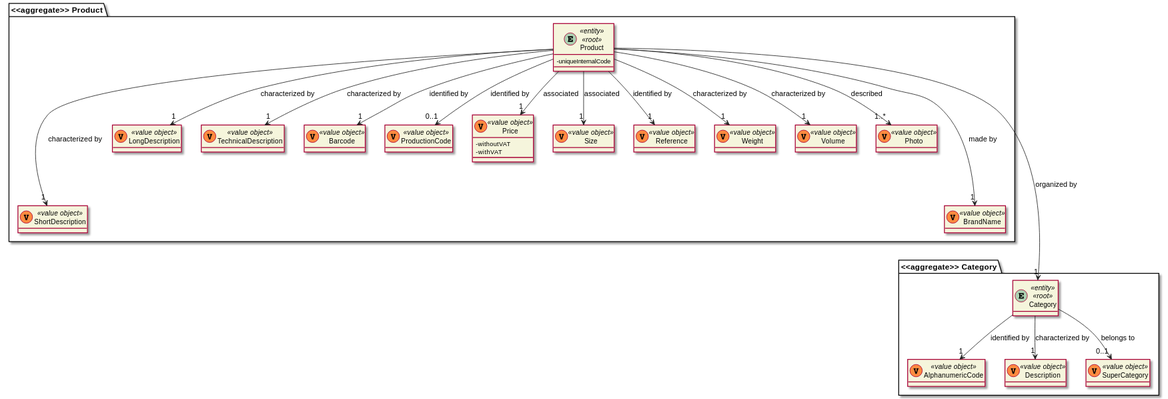
Earlier version of the PlantUML export docs/1201386/US1001/DM_Product.svg (0franciscor/lei21_22_s4_2de_01). Source of this version:
```plantuml
@startuml

skinparam classAttributeIconSize 0
hide empty attributes
skinparam classBackgroundColor beige
skinparam ArrowColor #222222

package "<<aggregate>> Product" {
    entity Product
    class ShortDescription
    class LongDescription
    class TechnicalDescription
    class Barcode
    class ProductionCode
    class Price
    class Size
    class Reference
    class Weight
    class Volume
    class Photo
    class BrandName
}

entity Product <<entity>> <<root>> {
    - uniqueInternalCode
}

class ShortDescription <<(V,#FF8B40) value object>>
class LongDescription <<(V,#FF8B40) value object>>
class TechnicalDescription <<(V,#FF8B40) value object>>
class Barcode <<(V,#FF8B40) value object>>
class ProductionCode <<(V,#FF8B40) value object>>
class Price <<(V,#FF8B40) value object>> {
    - withoutVAT
    - withVAT
}
class Size <<(V,#FF8B40) value object>>
class Reference <<(V,#FF8B40) value object>> {}
class Weight <<(V,#FF8B40) value object>> {}
class Volume <<(V,#FF8B40) value object>> {}
class Photo <<(V,#FF8B40) value object>>{}
class BrandName <<(V,#FF8B40) value object>>{}

package "<<aggregate>> Category" {
    entity Category
    class AlphanumericCode
    class Description
    class SuperCategory
    }

entity Category <<entity>> <<root>> {

}

class AlphanumericCode <<(V,#FF8B40) value object>>
class Description <<(V,#FF8B40) value object>>
class SuperCategory <<(V,#FF8B40) value object>>


Product ----> "1" Category : organized by
Product ---> "1" ShortDescription: characterized by
Product --> "1" LongDescription: characterized by
Product --> "1" TechnicalDescription: characterized by
Product --> "1" Barcode: identified by
Product --> "0..1" ProductionCode: identified by
Product --> "1" Price: associated
Product --> "1" Size: associated
Product --> "1" Weight: characterized by
Product --> "1" Volume: characterized by
Product --> "1" Reference : identified by
Product --> "1..*" Photo : described
Product ---> "1" BrandName : made by


Category --> "1" AlphanumericCode : identified by
Category --> "1" Description : characterized by
Category --> "0..1" SuperCategory : belongs to

@enduml
```
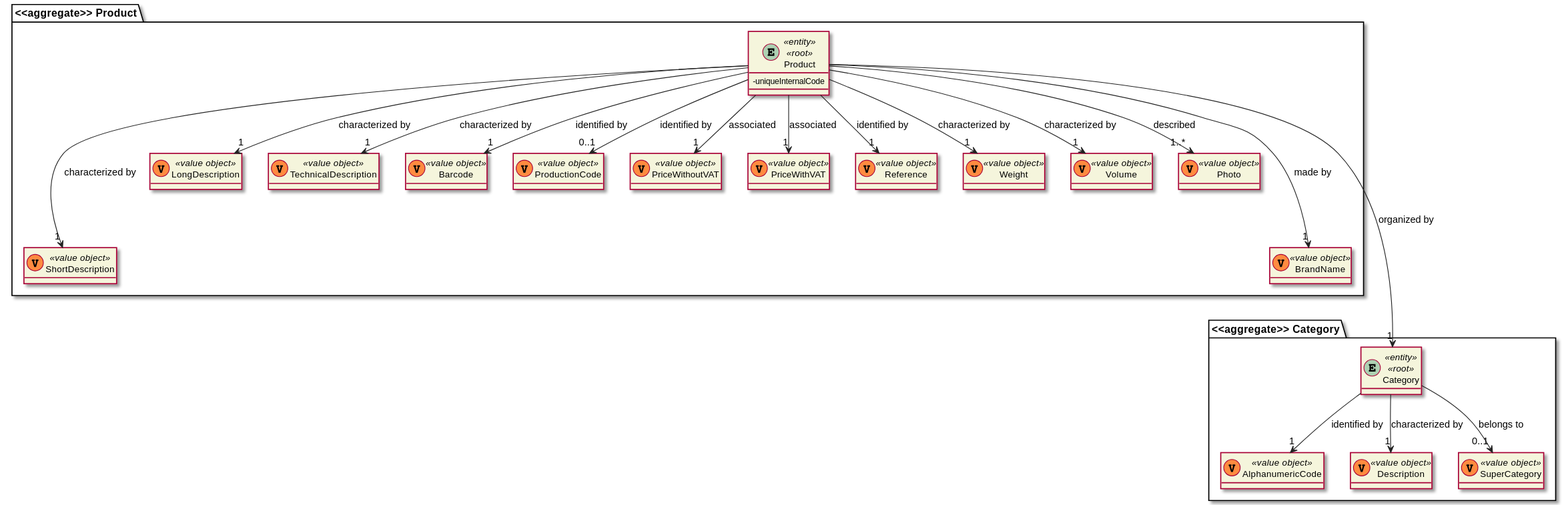
Above is the later version.

The edit, as a diff of the source:
```diff
@@ -12,8 +12,8 @@
     class TechnicalDescription
     class Barcode
     class ProductionCode
-    class Price
-    class Size
+    class PriceWithoutVAT
+    class PriceWithVAT
     class Reference
     class Weight
     class Volume
@@ -30,11 +30,8 @@
 class TechnicalDescription <<(V,#FF8B40) value object>>
 class Barcode <<(V,#FF8B40) value object>>
 class ProductionCode <<(V,#FF8B40) value object>>
-class Price <<(V,#FF8B40) value object>> {
-    - withoutVAT
-    - withVAT
-}
-class Size <<(V,#FF8B40) value object>>
+class PriceWithoutVAT <<(V,#FF8B40) value object>> {}
+class PriceWithVAT <<(V,#FF8B40) value object>> {}
 class Reference <<(V,#FF8B40) value object>> {}
 class Weight <<(V,#FF8B40) value object>> {}
 class Volume <<(V,#FF8B40) value object>> {}
@@ -63,8 +60,8 @@
 Product --> "1" TechnicalDescription: characterized by
 Product --> "1" Barcode: identified by
 Product --> "0..1" ProductionCode: identified by
-Product --> "1" Price: associated
-Product --> "1" Size: associated
+Product --> "1" PriceWithoutVAT: associated
+Product --> "1" PriceWithVAT: associated
 Product --> "1" Weight: characterized by
 Product --> "1" Volume: characterized by
 Product --> "1" Reference : identified by
```
